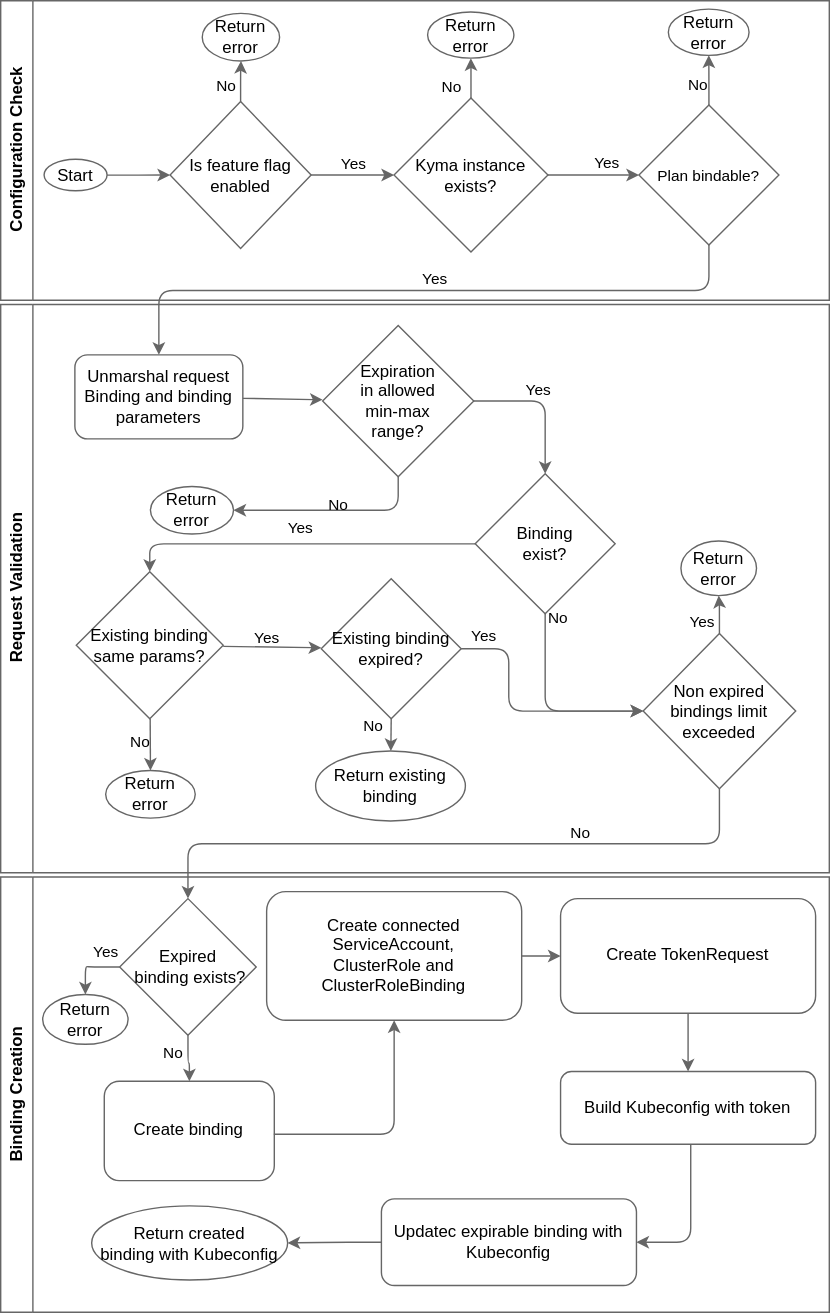
Earlier version of the draw.io export docs/assets/bindings-create-flow.drawio.svg (kyma-project/kyma-environment-broker). Source tidied: cells renumbered, new cells last; positions are measured from the earlier drawing's top-left corner, leaving out a move shared by most shapes.
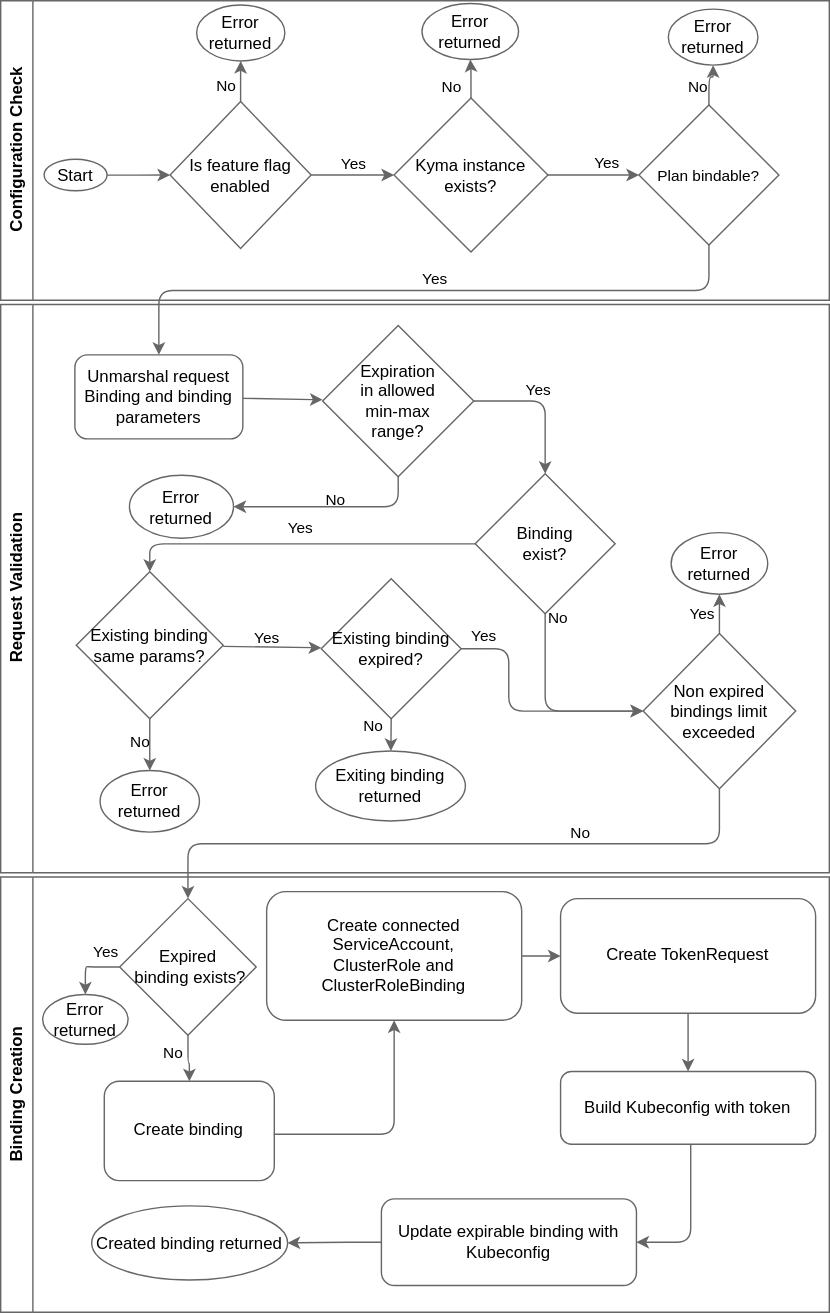
Above is the later version.

Change to the diagram source:
```diff
@@ -55,8 +55,8 @@
         <mxPoint x="8" y="-10" as="offset" />
       </mxGeometry>
     </mxCell>
-    <mxCell id="16" value="Return error" style="strokeWidth=1;html=1;shape=mxgraph.flowchart.start_1;whiteSpace=wrap;rounded=0;labelBackgroundColor=none;fontColor=#000000;fillColor=#ffffff;strokeColor=#666666;" parent="5" vertex="1">
-      <mxGeometry x="305" y="8" width="61.7" height="33" as="geometry" />
+    <mxCell id="16" value="Error returned" style="strokeWidth=1;html=1;shape=mxgraph.flowchart.start_1;whiteSpace=wrap;rounded=0;labelBackgroundColor=none;fontColor=#000000;fillColor=#ffffff;strokeColor=#666666;" parent="5" vertex="1">
+      <mxGeometry x="301" y="2" width="69" height="40" as="geometry" />
     </mxCell>
     <mxCell id="17" style="edgeStyle=orthogonalEdgeStyle;rounded=1;jettySize=auto;html=1;strokeColor=#666666;labelBackgroundColor=none;fontColor=#000000;curved=0;" parent="5" edge="1" source="13" target="20">
       <mxGeometry relative="1" as="geometry" />
@@ -66,11 +66,11 @@
         <mxPoint x="-8" as="offset" />
       </mxGeometry>
     </mxCell>
-    <mxCell id="19" value="Return error" style="strokeWidth=1;html=1;shape=mxgraph.flowchart.start_1;whiteSpace=wrap;rounded=0;labelBackgroundColor=none;fontColor=#000000;fillColor=#ffffff;strokeColor=#666666;" parent="5" vertex="1">
-      <mxGeometry x="144" y="9" width="55.3" height="34" as="geometry" />
+    <mxCell id="19" value="Error returned" style="strokeWidth=1;html=1;shape=mxgraph.flowchart.start_1;whiteSpace=wrap;rounded=0;labelBackgroundColor=none;fontColor=#000000;fillColor=#ffffff;strokeColor=#666666;" parent="5" vertex="1">
+      <mxGeometry x="140" y="3" width="63" height="40" as="geometry" />
     </mxCell>
-    <mxCell id="20" value="Return error" style="strokeWidth=1;html=1;shape=mxgraph.flowchart.start_1;whiteSpace=wrap;rounded=0;labelBackgroundColor=none;fontColor=#000000;fillColor=#ffffff;strokeColor=#666666;" parent="5" vertex="1">
-      <mxGeometry x="477" y="6" width="57.7" height="33" as="geometry" />
+    <mxCell id="20" value="Error returned" style="strokeWidth=1;html=1;shape=mxgraph.flowchart.start_1;whiteSpace=wrap;rounded=0;labelBackgroundColor=none;fontColor=#000000;fillColor=#ffffff;strokeColor=#666666;" parent="5" vertex="1">
+      <mxGeometry x="477" y="6" width="64" height="40" as="geometry" />
     </mxCell>
     <mxCell id="21" value="Request Validation" style="swimlane;horizontal=0;whiteSpace=wrap;html=1;labelBackgroundColor=none;fontColor=#000000;fillColor=#ffffff;strokeColor=#666666;" parent="1" vertex="1">
       <mxGeometry y="217" width="592" height="406" as="geometry" />
@@ -95,8 +95,8 @@
     <mxCell id="26" value="No" style="edgeStyle=orthogonalEdgeStyle;rounded=1;jettySize=auto;html=1;labelBackgroundColor=none;fontColor=#000000;strokeColor=#666666;entryX=0;entryY=0.5;entryDx=0;entryDy=0;curved=0;entryPerimeter=0;exitX=0.5;exitY=1;exitDx=0;exitDy=0;exitPerimeter=0;" parent="21" edge="1" source="25" target="38">
       <mxGeometry x="-0.96" y="9" relative="1" as="geometry" />
     </mxCell>
-    <mxCell id="27" value="Return error" style="strokeWidth=1;html=1;shape=mxgraph.flowchart.start_1;whiteSpace=wrap;rounded=0;labelBackgroundColor=none;fontColor=#000000;fillColor=#ffffff;strokeColor=#666666;" parent="21" vertex="1">
-      <mxGeometry x="107" y="130" width="59.3" height="34" as="geometry" />
+    <mxCell id="27" value="Error returned" style="strokeWidth=1;html=1;shape=mxgraph.flowchart.start_1;whiteSpace=wrap;rounded=0;labelBackgroundColor=none;fontColor=#000000;fillColor=#ffffff;strokeColor=#666666;" parent="21" vertex="1">
+      <mxGeometry x="92" y="122" width="74.3" height="45" as="geometry" />
     </mxCell>
     <mxCell id="28" value="&lt;div&gt;&lt;span style=&quot;&quot;&gt;&lt;font style=&quot;font-size: 12px;&quot;&gt;Expiration &lt;br&gt;in allowed &lt;br&gt;min-max &lt;br&gt;range?&lt;/font&gt;&lt;/span&gt;&lt;br&gt;&lt;/div&gt;" style="strokeWidth=1;html=1;shape=mxgraph.flowchart.decision;whiteSpace=wrap;rounded=0;labelBackgroundColor=none;fontColor=#000000;fillColor=#ffffff;strokeColor=#666666;" parent="21" vertex="1">
       <mxGeometry x="230" y="15" width="108" height="108" as="geometry" />
@@ -115,8 +115,8 @@
         <mxPoint x="-9" y="-7" as="offset" />
       </mxGeometry>
     </mxCell>
-    <mxCell id="33" value="Return error" style="strokeWidth=1;html=1;shape=mxgraph.flowchart.start_1;whiteSpace=wrap;rounded=0;labelBackgroundColor=none;fontColor=#000000;fillColor=#ffffff;strokeColor=#666666;" parent="21" vertex="1">
-      <mxGeometry x="75" y="333" width="64" height="34" as="geometry" />
+    <mxCell id="33" value="Error returned" style="strokeWidth=1;html=1;shape=mxgraph.flowchart.start_1;whiteSpace=wrap;rounded=0;labelBackgroundColor=none;fontColor=#000000;fillColor=#ffffff;strokeColor=#666666;" parent="21" vertex="1">
+      <mxGeometry x="71" y="333" width="71" height="44" as="geometry" />
     </mxCell>
     <mxCell id="34" value="&lt;div&gt;Existing binding&lt;br&gt;same params?&lt;/div&gt;" style="strokeWidth=1;html=1;shape=mxgraph.flowchart.decision;whiteSpace=wrap;rounded=0;labelBackgroundColor=none;fontColor=#000000;fillColor=#ffffff;strokeColor=#666666;" parent="21" vertex="1">
       <mxGeometry x="54" y="191" width="105" height="105" as="geometry" />
@@ -148,8 +148,8 @@
         <mxPoint x="-10" y="-4" as="offset" />
       </mxGeometry>
     </mxCell>
-    <mxCell id="42" value="Return error" style="strokeWidth=1;html=1;shape=mxgraph.flowchart.start_1;whiteSpace=wrap;rounded=0;labelBackgroundColor=none;fontColor=#000000;fillColor=#ffffff;strokeColor=#666666;" parent="21" vertex="1">
-      <mxGeometry x="486" y="169" width="54" height="39" as="geometry" />
+    <mxCell id="42" value="Error returned" style="strokeWidth=1;html=1;shape=mxgraph.flowchart.start_1;whiteSpace=wrap;rounded=0;labelBackgroundColor=none;fontColor=#000000;fillColor=#ffffff;strokeColor=#666666;" parent="21" vertex="1">
+      <mxGeometry x="479" y="163" width="69" height="44" as="geometry" />
     </mxCell>
     <mxCell id="43" style="edgeStyle=none;curved=0;rounded=1;jettySize=auto;html=1;fontFamily=Architects Daughter;fontSource=https%3A%2F%2Ffonts.googleapis.com%2Fcss%3Ffamily%3DArchitects%2BDaughter;fontSize=16;startSize=6;endArrow=classic;endSize=6;sourcePerimeterSpacing=0;targetPerimeterSpacing=0;endFill=1;labelBackgroundColor=none;fontColor=#000000;strokeColor=#666666;entryX=0.5;entryY=0;entryDx=0;entryDy=0;entryPerimeter=0;" parent="21" edge="1" source="34" target="33">
       <mxGeometry relative="1" as="geometry" />
@@ -159,7 +159,7 @@
         <mxPoint x="4" y="-4" as="offset" />
       </mxGeometry>
     </mxCell>
-    <mxCell id="45" value="Return existing binding" style="strokeWidth=1;html=1;shape=mxgraph.flowchart.start_1;whiteSpace=wrap;rounded=0;labelBackgroundColor=none;fontColor=#000000;fillColor=#ffffff;strokeColor=#666666;" parent="21" vertex="1">
+    <mxCell id="45" value="Exiting binding returned" style="strokeWidth=1;html=1;shape=mxgraph.flowchart.start_1;whiteSpace=wrap;rounded=0;labelBackgroundColor=none;fontColor=#000000;fillColor=#ffffff;strokeColor=#666666;" parent="21" vertex="1">
       <mxGeometry x="225" y="319" width="107" height="50" as="geometry" />
     </mxCell>
     <mxCell id="46" value="Binding Creation" style="swimlane;horizontal=0;whiteSpace=wrap;html=1;labelBackgroundColor=none;fontColor=#000000;strokeColor=#666666;fillColor=#ffffff;" parent="1" vertex="1">
@@ -168,7 +168,7 @@
     <mxCell id="47" value="Build Kubeconfig with token" style="whiteSpace=wrap;html=1;labelBackgroundColor=none;fontColor=#000000;fillColor=#ffffff;strokeColor=#666666;rounded=1;" parent="46" vertex="1">
       <mxGeometry x="400" y="139" width="182.2" height="51.9" as="geometry" />
     </mxCell>
-    <mxCell id="48" value="Return created&lt;br&gt;binding with Kubeconfig" style="strokeWidth=1;html=1;shape=mxgraph.flowchart.start_1;whiteSpace=wrap;rounded=0;labelBackgroundColor=none;fontColor=#000000;fillColor=#ffffff;strokeColor=#666666;" parent="46" vertex="1">
+    <mxCell id="48" value="Created binding returned" style="strokeWidth=1;html=1;shape=mxgraph.flowchart.start_1;whiteSpace=wrap;rounded=0;labelBackgroundColor=none;fontColor=#000000;fillColor=#ffffff;strokeColor=#666666;" parent="46" vertex="1">
       <mxGeometry x="65" y="235" width="140" height="53" as="geometry" />
     </mxCell>
     <mxCell id="49" value="Create binding" style="whiteSpace=wrap;html=1;labelBackgroundColor=none;fontColor=#000000;fillColor=#ffffff;strokeColor=#666666;rounded=1;" parent="46" vertex="1">
@@ -189,7 +189,7 @@
     <mxCell id="54" style="edgeStyle=orthogonalEdgeStyle;rounded=0;jettySize=auto;html=1;labelBackgroundColor=none;fontColor=#000000;strokeColor=#666666;" parent="46" edge="1" source="52" target="47">
       <mxGeometry relative="1" as="geometry" />
     </mxCell>
-    <mxCell id="55" value="Updatec expirable binding with Kubeconfig" style="whiteSpace=wrap;html=1;labelBackgroundColor=none;fontColor=#000000;fillColor=#ffffff;strokeColor=#666666;rounded=1;" parent="46" vertex="1">
+    <mxCell id="55" value="Update expirable binding with Kubeconfig" style="whiteSpace=wrap;html=1;labelBackgroundColor=none;fontColor=#000000;fillColor=#ffffff;strokeColor=#666666;rounded=1;" parent="46" vertex="1">
       <mxGeometry x="272" y="230" width="182.2" height="61.9" as="geometry" />
     </mxCell>
     <mxCell id="56" style="edgeStyle=orthogonalEdgeStyle;rounded=1;jettySize=auto;html=1;labelBackgroundColor=none;fontColor=#000000;strokeColor=#666666;curved=0;entryX=1;entryY=0.5;entryDx=0;entryDy=0;" parent="46" edge="1" source="47" target="55">
@@ -208,7 +208,7 @@
     <mxCell id="59" value="Expired&lt;br&gt;&amp;nbsp;binding exists?" style="rhombus;whiteSpace=wrap;html=1;labelBackgroundColor=none;fontColor=#000000;fillColor=#ffffff;strokeColor=#666666;" parent="46" vertex="1">
       <mxGeometry x="85" y="15.5" width="97.6" height="97.6" as="geometry" />
     </mxCell>
-    <mxCell id="60" value="Return error" style="strokeWidth=1;html=1;shape=mxgraph.flowchart.start_1;whiteSpace=wrap;rounded=0;labelBackgroundColor=none;fontColor=#000000;fillColor=#ffffff;strokeColor=#666666;" parent="46" vertex="1">
+    <mxCell id="60" value="Error returned" style="strokeWidth=1;html=1;shape=mxgraph.flowchart.start_1;whiteSpace=wrap;rounded=0;labelBackgroundColor=none;fontColor=#000000;fillColor=#ffffff;strokeColor=#666666;" parent="46" vertex="1">
       <mxGeometry x="30" y="84" width="61" height="35.6" as="geometry" />
     </mxCell>
     <mxCell id="61" value="Yes" style="edgeStyle=orthogonalEdgeStyle;rounded=1;jettySize=auto;html=1;labelBackgroundColor=none;fontColor=#000000;strokeColor=#666666;curved=0;entryX=0.5;entryY=0;entryDx=0;entryDy=0;entryPerimeter=0;" parent="46" edge="1" source="59" target="60">
```
